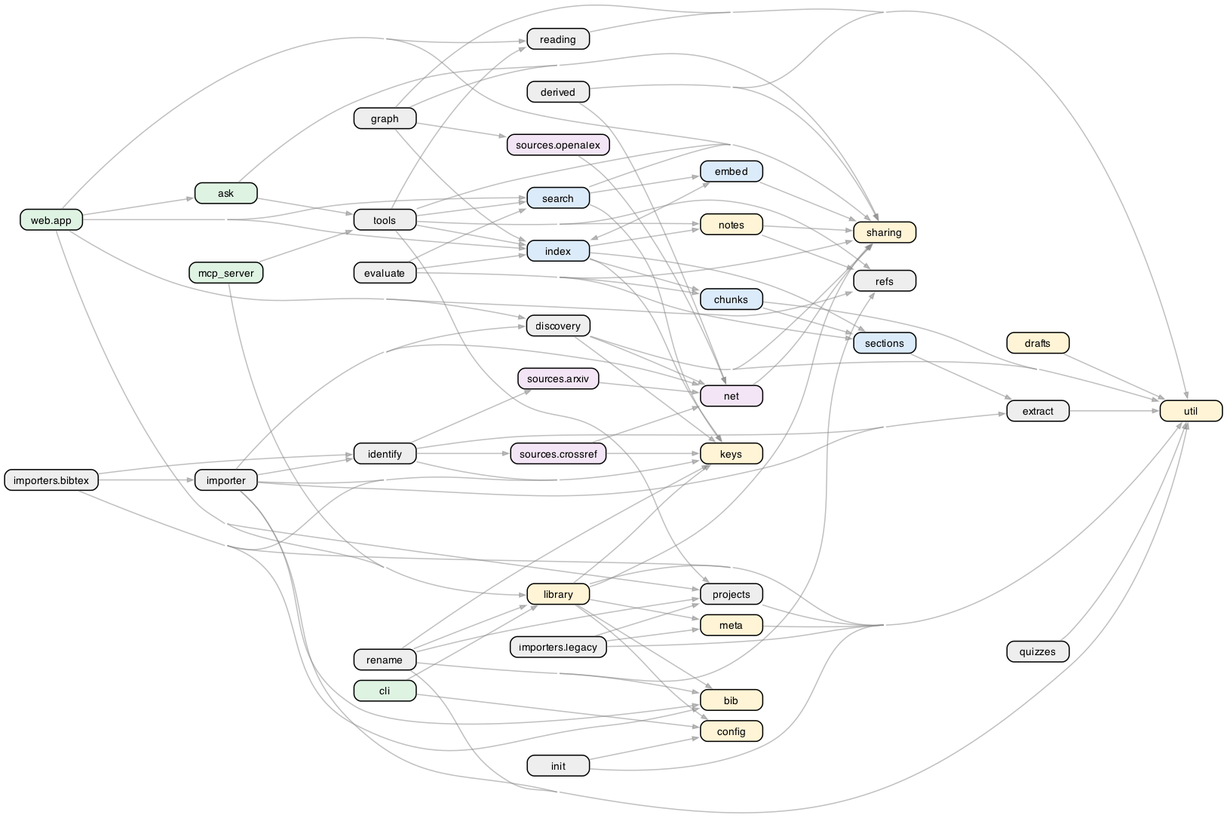
Earlier version of the Graphviz export docs/architecture/diagrams/modules.png (markmuetz/litnav). Its source is kept beside it as docs/architecture/diagrams/modules.dot.
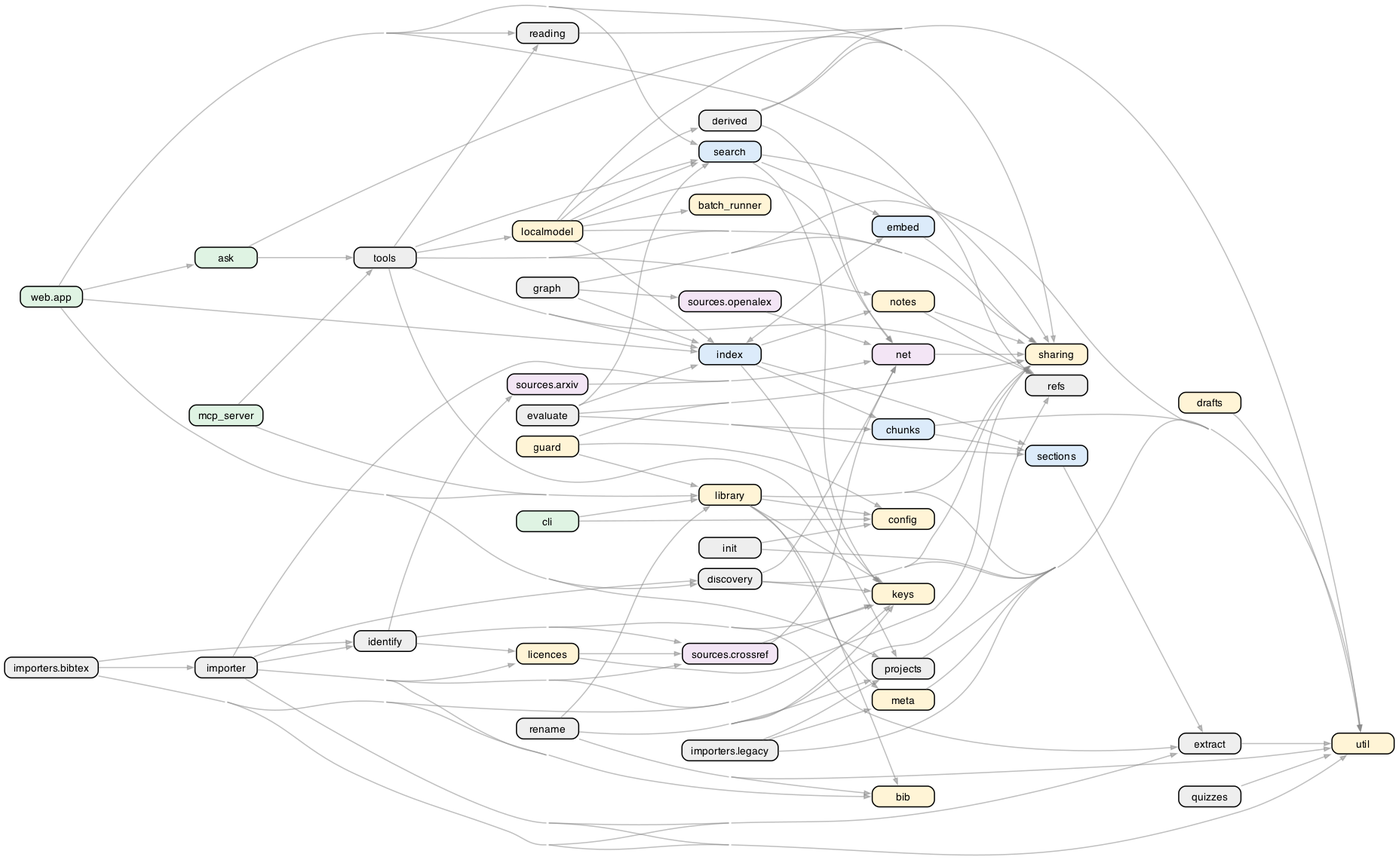
Above is the later version.

Change to the diagram source:
```diff
@@ -2,6 +2,7 @@
  node [fontname="Helvetica", fontsize=9, shape=box, style="rounded,filled", height=0.25];
  edge [color="#88888888", arrowsize=0.5];
  "ask" [fillcolor="#DFF3E3"];
+ "batch_runner" [fillcolor="#FFF4D6"];
  "bib" [fillcolor="#FFF4D6"];
  "chunks" [fillcolor="#DCEBFA"];
  "cli" [fillcolor="#DFF3E3"];
@@ -13,6 +14,7 @@
  "evaluate" [fillcolor="#EEEEEE"];
  "extract" [fillcolor="#EEEEEE"];
  "graph" [fillcolor="#EEEEEE"];
+ "guard" [fillcolor="#FFF4D6"];
  "identify" [fillcolor="#EEEEEE"];
  "importer" [fillcolor="#EEEEEE"];
  "importers.bibtex" [fillcolor="#EEEEEE"];
@@ -21,6 +23,8 @@
  "init" [fillcolor="#EEEEEE"];
  "keys" [fillcolor="#FFF4D6"];
  "library" [fillcolor="#FFF4D6"];
+ "licences" [fillcolor="#FFF4D6"];
+ "localmodel" [fillcolor="#FFF4D6"];
  "mcp_server" [fillcolor="#DFF3E3"];
  "meta" [fillcolor="#FFF4D6"];
  "net" [fillcolor="#F3E5F5"];
@@ -65,8 +69,12 @@
  "graph" -> "sharing";
  "graph" -> "sources.openalex";
  "graph" -> "util";
+ "guard" -> "config";
+ "guard" -> "library";
+ "guard" -> "sharing";
  "identify" -> "extract";
  "identify" -> "keys";
+ "identify" -> "licences";
  "identify" -> "sources.arxiv";
  "identify" -> "sources.crossref";
  "importer" -> "bib";
@@ -74,9 +82,12 @@
  "importer" -> "extract";
  "importer" -> "identify";
  "importer" -> "keys";
+ "importer" -> "licences";
  "importer" -> "net";
+ "importer" -> "sources.crossref";
  "importer" -> "util";
  "importers.bibtex" -> "bib";
+ "importers.bibtex" -> "extract";
  "importers.bibtex" -> "identify";
  "importers.bibtex" -> "importer";
  "importers.bibtex" -> "keys";
@@ -97,6 +108,15 @@
  "library" -> "meta";
  "library" -> "sharing";
  "library" -> "util";
+ "licences" -> "sharing";
+ "licences" -> "sources.crossref";
+ "localmodel" -> "batch_runner";
+ "localmodel" -> "derived";
+ "localmodel" -> "index";
+ "localmodel" -> "net";
+ "localmodel" -> "search";
+ "localmodel" -> "sharing";
+ "localmodel" -> "util";
  "mcp_server" -> "library";
  "mcp_server" -> "tools";
  "meta" -> "util";
@@ -121,6 +141,7 @@
  "sources.crossref" -> "net";
  "sources.openalex" -> "net";
  "tools" -> "index";
+ "tools" -> "localmodel";
  "tools" -> "notes";
  "tools" -> "projects";
  "tools" -> "reading";
```
